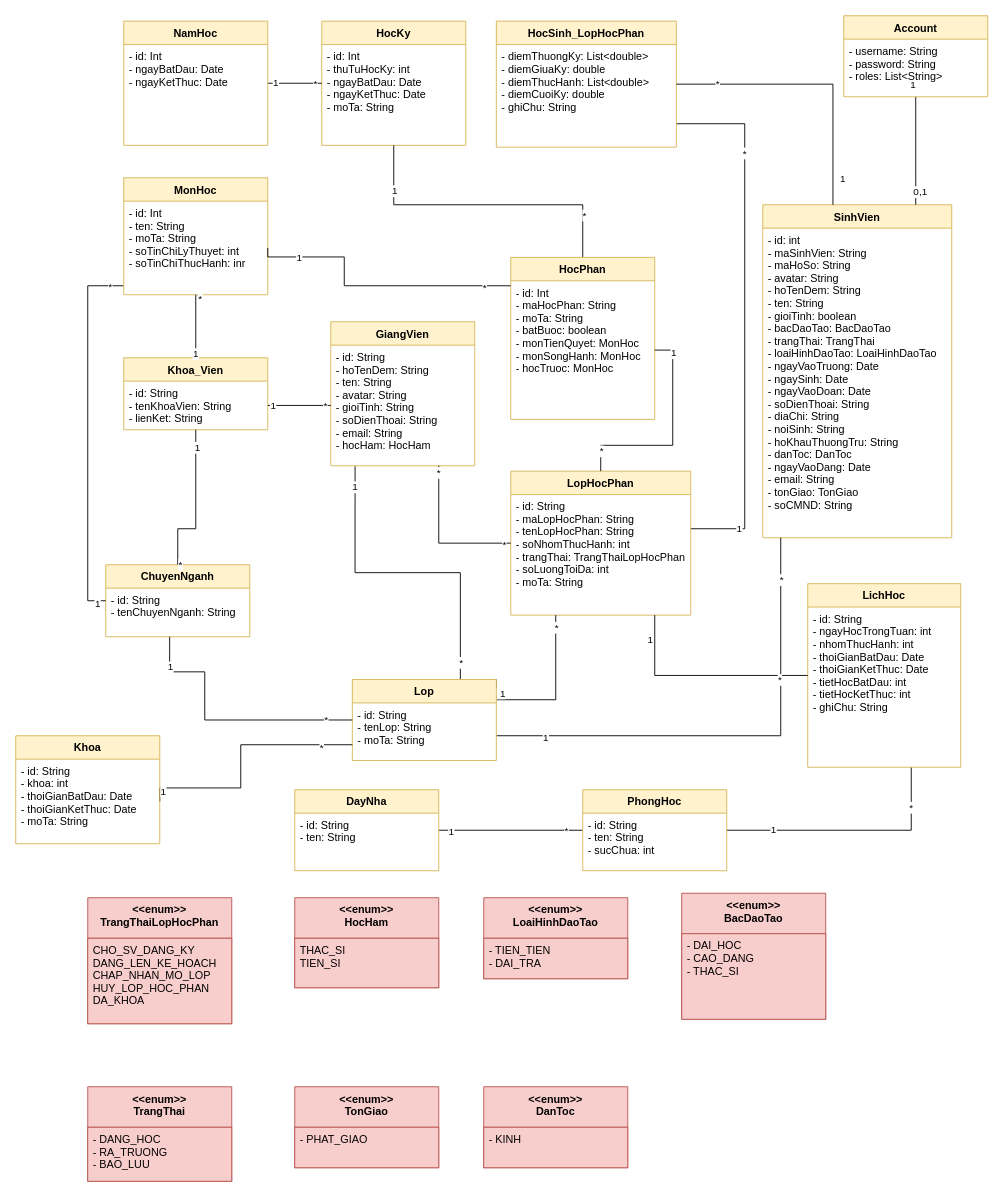
Earlier version of the draw.io diagram CMN_Class.drawio (duchoan6814/Truong-Duc-Hoan). Source tidied: cells renumbered, new cells numbered last; positions are measured from the earlier drawing's top-left corner, leaving out a move shared by most shapes. Both pictures are drawn from the tidied source at 90%, with x=0, y=0 at pixel (15, 15).
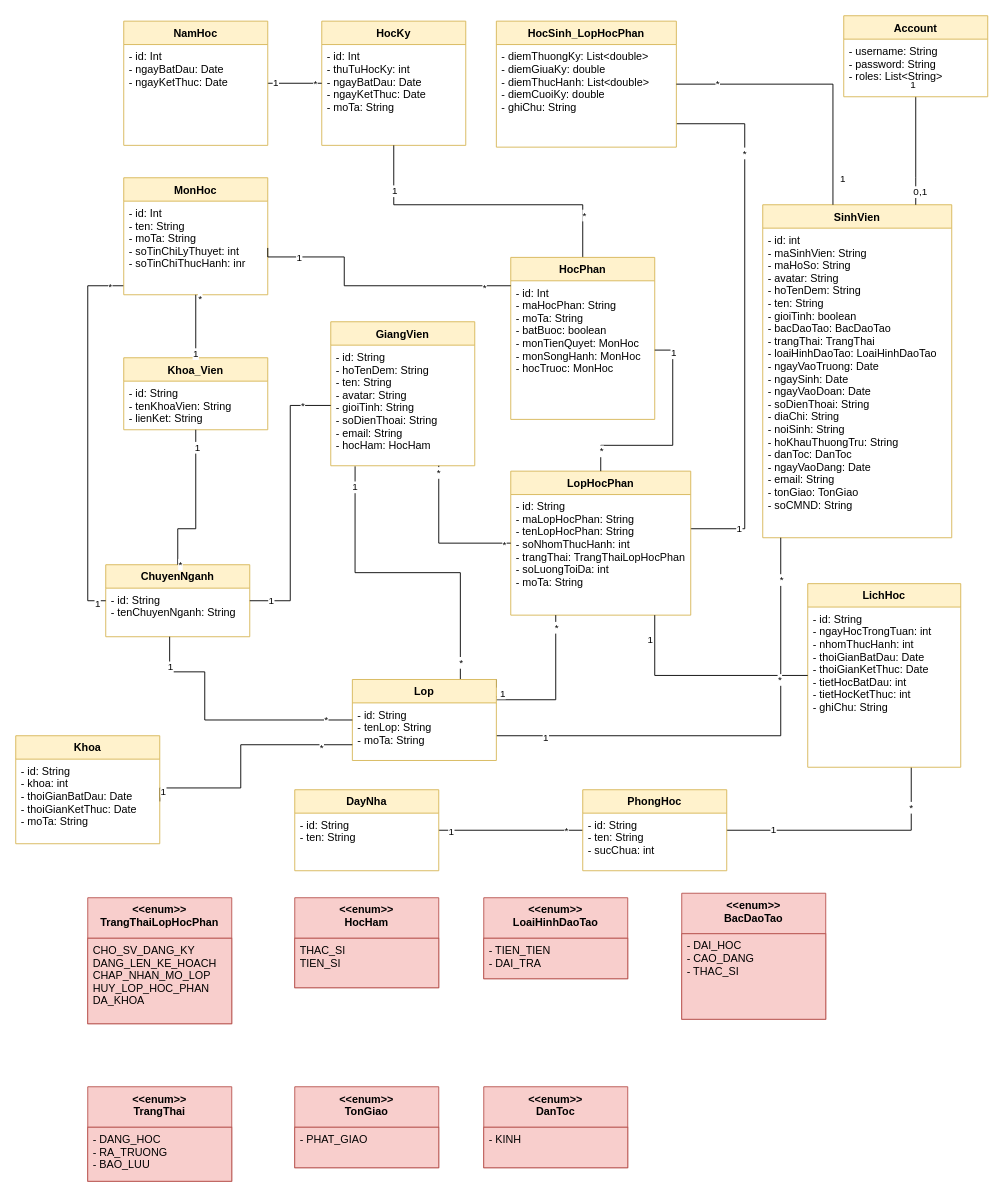
The same page after the edit.

The change refers to these unchanged cells:
```xml
<mxCell id="5" value="- id: String&#10;- tenKhoaVien: String&#10;- lienKet: String" style="text;strokeColor=none;fillColor=none;align=left;verticalAlign=top;spacingLeft=4;spacingRight=4;overflow=hidden;points=[[0,0.5],[1,0.5]];portConstraint=eastwest;" parent="4" vertex="1">
  <mxGeometry y="26" width="160" height="54" as="geometry" />
</mxCell>
<mxCell id="6" value="ChuyenNganh" style="swimlane;fontStyle=1;align=center;verticalAlign=top;horizontal=1;startSize=26;fillColor=#fff2cc;strokeColor=#d6b656;" parent="1" vertex="1">
  <mxGeometry x="100" y="610" width="160" height="80" as="geometry" />
</mxCell>
<mxCell id="46" value="- id: String&#10;- hoTenDem: String&#10;- ten: String&#10;- avatar: String&#10;- gioiTinh: String&#10;- soDienThoai: String&#10;- email: String&#10;- hocHam: HocHam" style="text;strokeColor=none;fillColor=none;align=left;verticalAlign=top;spacingLeft=4;spacingRight=4;overflow=hidden;points=[[0,0.5],[1,0.5]];portConstraint=eastwest;" parent="45" vertex="1">
  <mxGeometry y="26" width="160" height="134" as="geometry" />
</mxCell>
```

Change to the diagram source:
```diff
@@
-    <mxCell id="47" style="edgeStyle=orthogonalEdgeStyle;rounded=0;jettySize=auto;html=1;exitX=0;exitY=0.5;exitDx=0;exitDy=0;entryX=1;entryY=0.5;entryDx=0;entryDy=0;endArrow=none;endFill=0;" parent="1" edge="1" source="46" target="5">
+    <mxCell id="47" style="edgeStyle=orthogonalEdgeStyle;rounded=0;jettySize=auto;html=1;exitX=0;exitY=0.5;exitDx=0;exitDy=0;entryX=1;entryY=0.5;entryDx=0;entryDy=0;endArrow=none;endFill=0;" parent="1" edge="1" source="46" target="6">
       <mxGeometry relative="1" as="geometry" />
     </mxCell>
```
